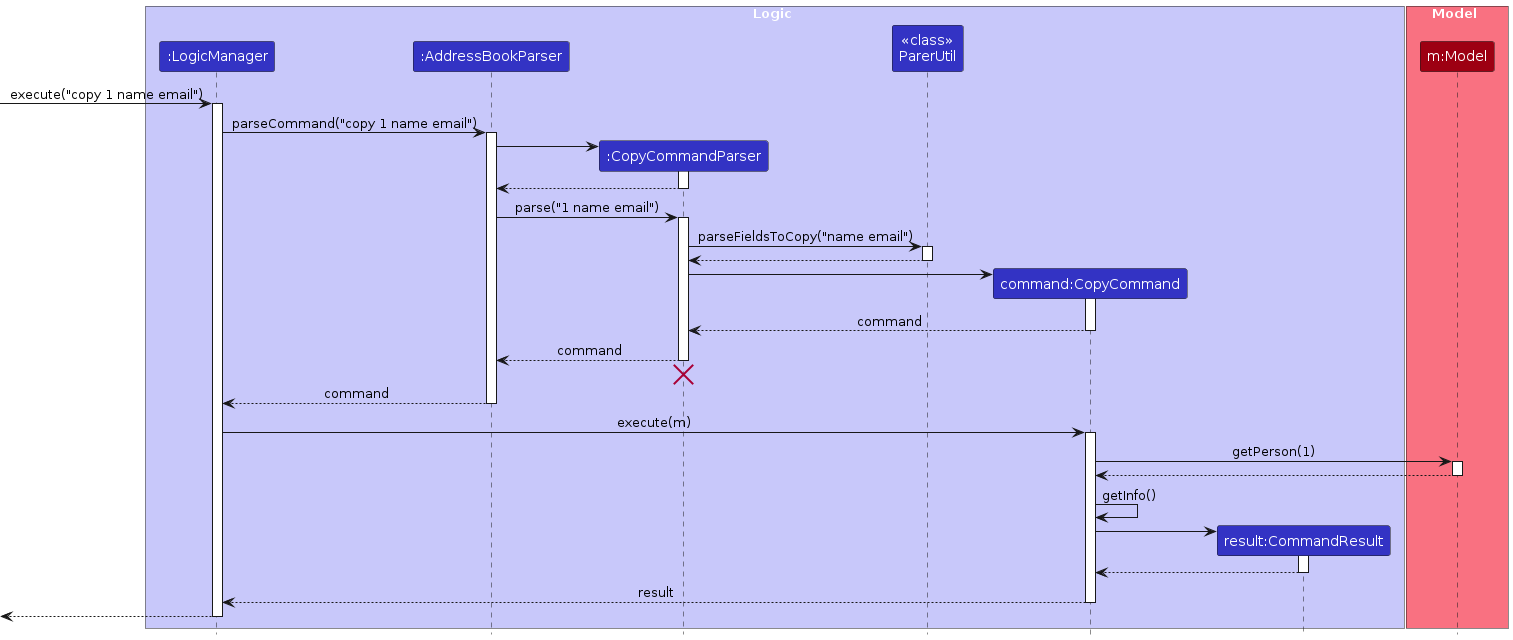
Above: diagrams/CopySequenceDiagram.png in smolegz/tp (PlantUML), before the change. Its source is kept beside it as diagrams/CopySequenceDiagram.puml.
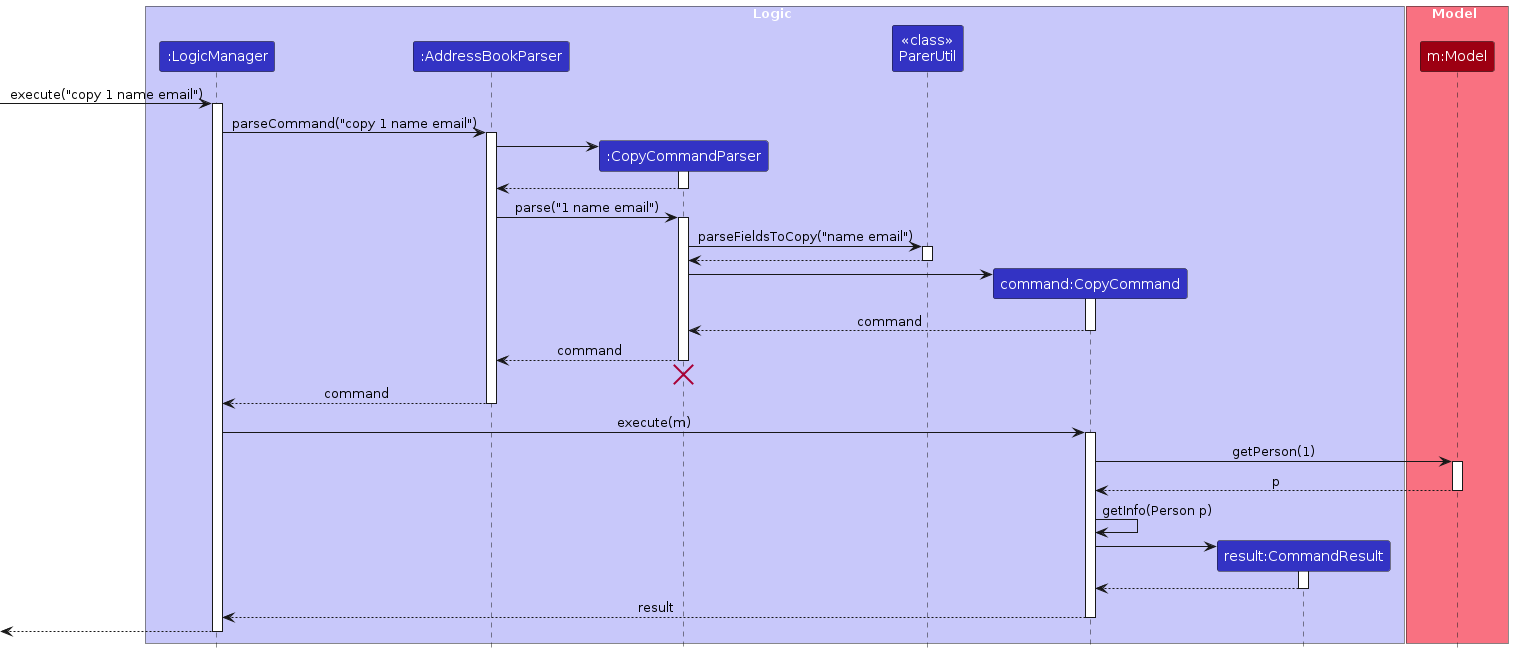
The same diagram one commit later.

The edit, as a diff of the source:
```diff
@@ -59,10 +59,10 @@
 CopyCommand -> Model : getPerson(1)
 activate Model
 
-Model --> CopyCommand
+Model --> CopyCommand : p
 deactivate Model
 
-CopyCommand -> CopyCommand : getInfo()
+CopyCommand -> CopyCommand : getInfo(Person p)
 
 create CommandResult
 CopyCommand -> CommandResult
```
